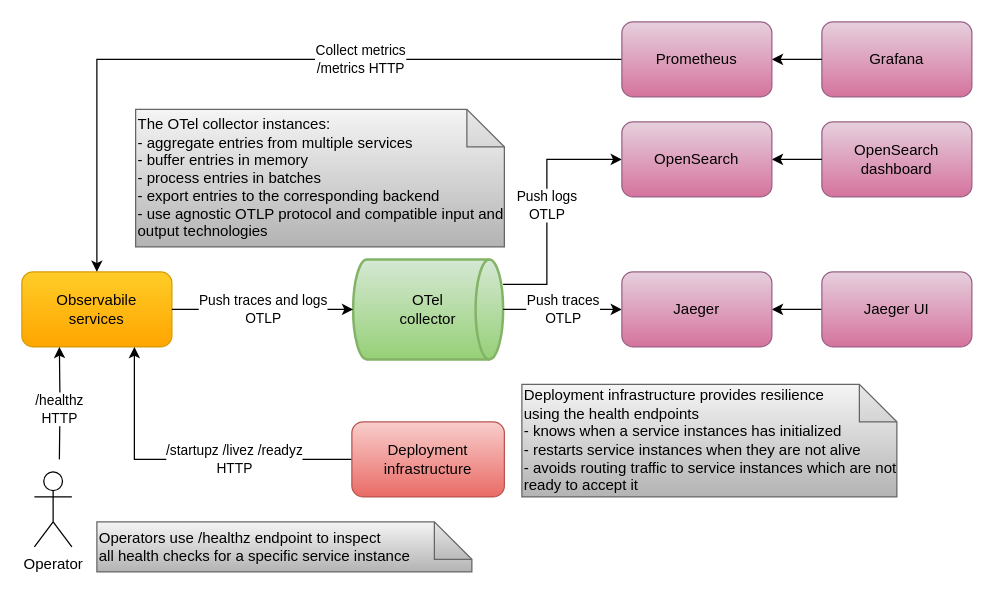
Earlier version of the draw.io diagram docs/diagrams/cecochat-10-observability.drawio (cvetomir-todorov/CecoChat). Source tidied: cells renumbered, new cells numbered last; positions are measured from the earlier drawing's top-left corner, leaving out a move shared by most shapes. Both pictures are drawn from the tidied source at 125%, with x=0, y=0 at pixel (21, 21).
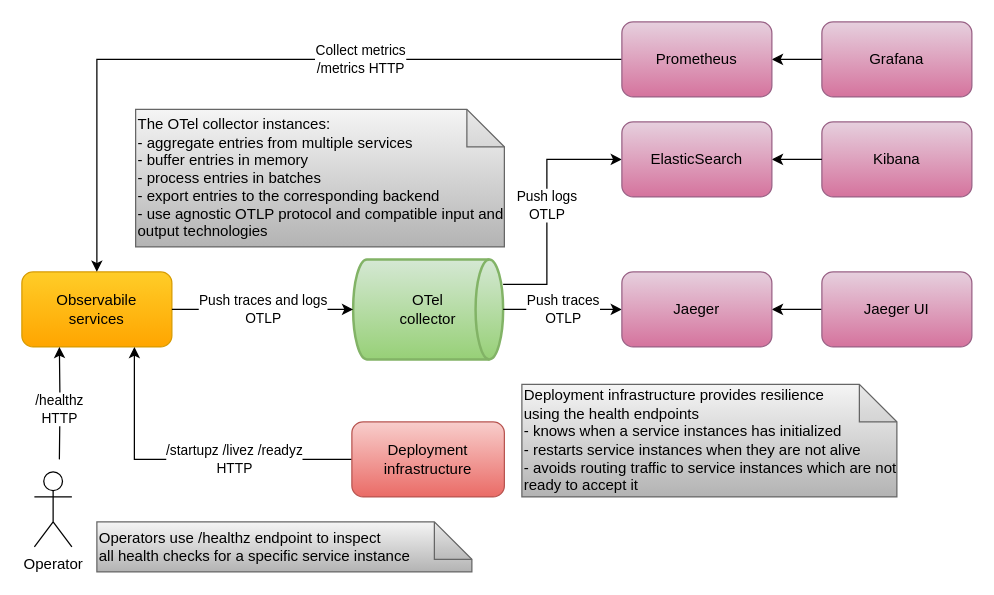
The same diagram, later.

Commit message (it also covers changes not shown here):
Correct observability diagram and image to specify ElasticSearch and Kibana

Change to the diagram source:
```diff
@@
-    <mxCell id="12" value="OpenSearch&lt;br&gt;dashboard" style="rounded=1;whiteSpace=wrap;html=1;fillColor=#e6d0de;gradientColor=#d5739d;strokeColor=#996185;" parent="1" vertex="1">
+    <mxCell id="12" value="Kibana" style="rounded=1;whiteSpace=wrap;html=1;fillColor=#e6d0de;gradientColor=#d5739d;strokeColor=#996185;" parent="1" vertex="1">
       <mxGeometry x="640" y="80" width="120" height="60" as="geometry" />
     </mxCell>
@@
-    <mxCell id="16" value="OpenSearch" style="rounded=1;whiteSpace=wrap;html=1;fillColor=#e6d0de;gradientColor=#d5739d;strokeColor=#996185;" parent="1" vertex="1">
+    <mxCell id="16" value="ElasticSearch" style="rounded=1;whiteSpace=wrap;html=1;fillColor=#e6d0de;gradientColor=#d5739d;strokeColor=#996185;" parent="1" vertex="1">
       <mxGeometry x="480" y="80" width="120" height="60" as="geometry" />
     </mxCell>
```
